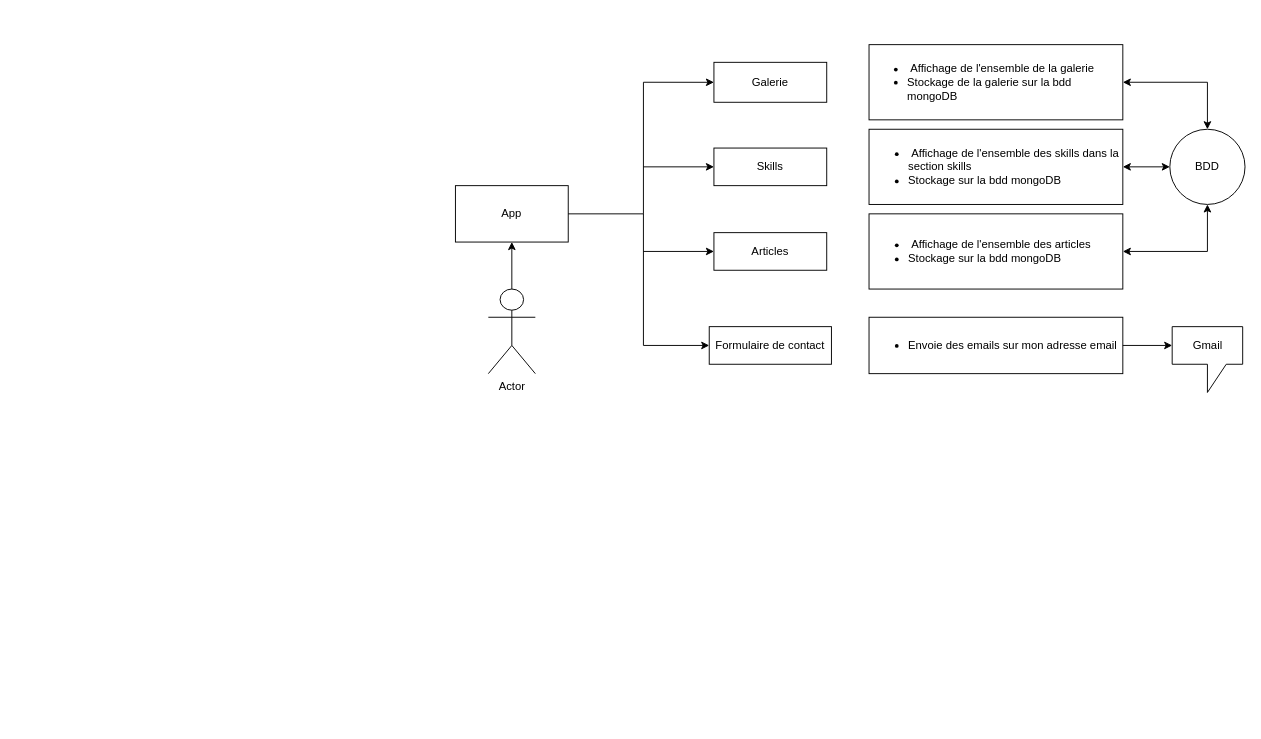
The draw.io diagram Diagramme sans nom.drawio in Khagou/khagu-devops, before the edit. Source tidied: cells renumbered, new cells numbered last; positions are measured from the earlier drawing's top-left corner, leaving out a move shared by most shapes. Both pictures are drawn from the tidied source at 94%, with x=0, y=0 at pixel (455, 44).
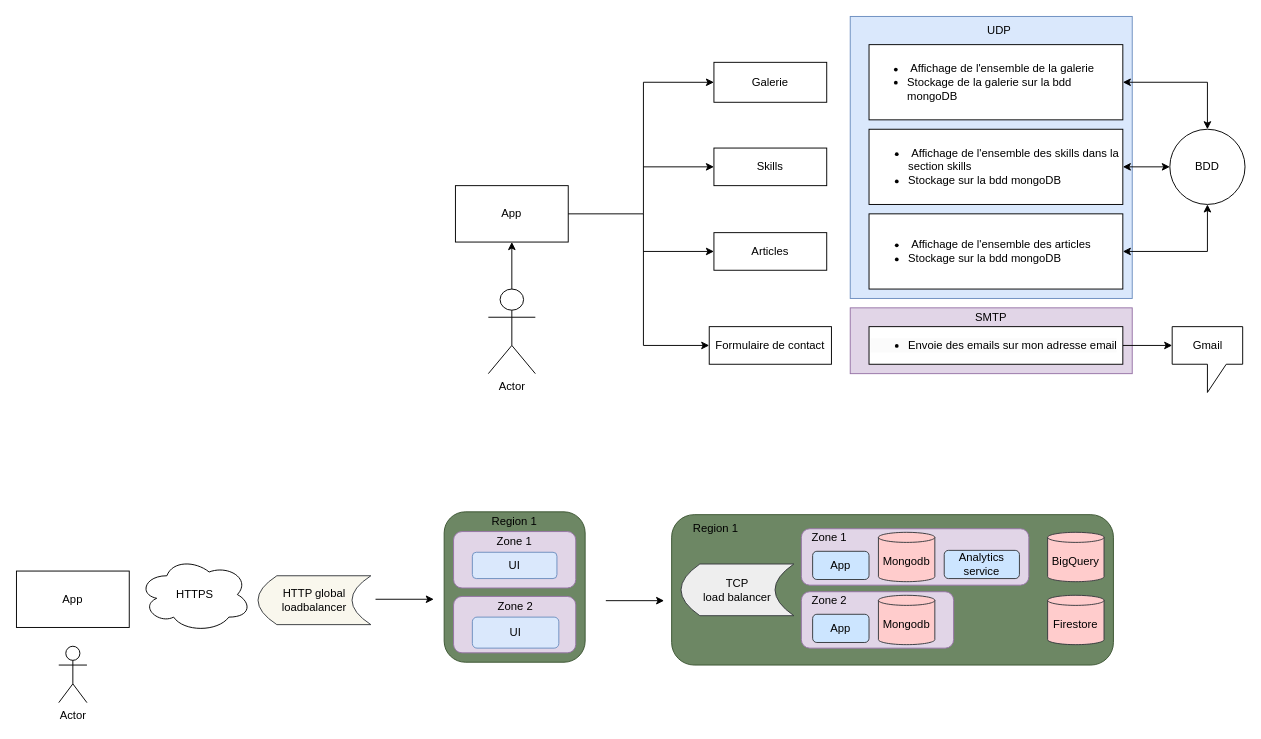
After the change.

Commit message:
Mettre à jour Diagramme sans nom.drawio

Change to the diagram source:
```diff
@@
+    <mxCell id="23" style="rounded=1;whiteSpace=wrap;html=1;fillColor=#6d8764;strokeColor=#3A5431;fontColor=#ffffff;" parent="1" vertex="1">
+      <mxGeometry x="-12" y="497" width="150" height="160" as="geometry" />
+    </mxCell>
+    <mxCell id="24" style="rounded=1;whiteSpace=wrap;html=1;fillColor=#e1d5e7;strokeColor=#9673a6;" parent="1" vertex="1">
+      <mxGeometry x="-2" y="587" width="130" height="60" as="geometry" />
+    </mxCell>
+    <mxCell id="25" style="rounded=1;whiteSpace=wrap;html=1;fillColor=#e1d5e7;strokeColor=#9673a6;" parent="1" vertex="1">
+      <mxGeometry x="-2" y="518" width="130" height="60" as="geometry" />
+    </mxCell>
+    <mxCell id="26" style="rounded=0;whiteSpace=wrap;html=1;fillColor=#e1d5e7;strokeColor=#9673a6;" parent="1" vertex="1">
+      <mxGeometry x="420" y="280" width="300" height="70" as="geometry" />
+    </mxCell>
+    <mxCell id="27" style="rounded=0;whiteSpace=wrap;html=1;fillColor=#dae8fc;strokeColor=#6c8ebf;" parent="1" vertex="1">
+      <mxGeometry x="420" y="-30" width="300" height="300" as="geometry" />
+    </mxCell>
@@
-    <mxCell id="6" value="&lt;ul&gt;&lt;li&gt;Envoie des emails sur mon adresse email&lt;/li&gt;&lt;/ul&gt;" style="rounded=0;whiteSpace=wrap;html=1;align=left;" parent="1" vertex="1">
-      <mxGeometry x="440" y="290" width="270" height="60" as="geometry" />
-    </mxCell>
@@
+    <mxCell id="28" value="UDP" style="text;strokeColor=none;fillColor=none;align=left;verticalAlign=middle;spacingLeft=4;spacingRight=4;overflow=hidden;whiteSpace=wrap;html=1;" parent="1" vertex="1">
+      <mxGeometry x="560" y="-30" width="80" height="30" as="geometry" />
+    </mxCell>
+    <mxCell id="6" value="&lt;br&gt;&lt;ul style=&quot;border-color: var(--border-color); color: rgb(0, 0, 0); font-family: Helvetica; font-size: 12px; font-style: normal; font-variant-ligatures: normal; font-variant-caps: normal; font-weight: 400; letter-spacing: normal; orphans: 2; text-indent: 0px; text-transform: none; widows: 2; word-spacing: 0px; -webkit-text-stroke-width: 0px; background-color: rgb(251, 251, 251); text-decoration-thickness: initial; text-decoration-style: initial; text-decoration-color: initial;&quot;&gt;&lt;li style=&quot;border-color: var(--border-color);&quot;&gt;Envoie des emails sur mon adresse email&lt;/li&gt;&lt;/ul&gt;&lt;br&gt;" style="rounded=0;whiteSpace=wrap;html=1;align=left;" parent="1" vertex="1">
+      <mxGeometry x="440" y="300" width="270" height="40" as="geometry" />
+    </mxCell>
+    <mxCell id="29" value="SMTP" style="text;html=1;strokeColor=none;fillColor=none;align=center;verticalAlign=middle;whiteSpace=wrap;rounded=0;" parent="1" vertex="1">
+      <mxGeometry x="540" y="276" width="60" height="30" as="geometry" />
+    </mxCell>
+    <mxCell id="30" value="Actor" style="shape=umlActor;verticalLabelPosition=bottom;verticalAlign=top;html=1;" parent="1" vertex="1">
+      <mxGeometry x="-422" y="640" width="30" height="60" as="geometry" />
+    </mxCell>
+    <mxCell id="31" value="App" style="rounded=0;whiteSpace=wrap;html=1;" parent="1" vertex="1">
+      <mxGeometry x="-467" y="560" width="120" height="60" as="geometry" />
+    </mxCell>
+    <mxCell id="32" value="HTTPS" style="ellipse;shape=cloud;whiteSpace=wrap;html=1;" parent="1" vertex="1">
+      <mxGeometry x="-337" y="545" width="120" height="80" as="geometry" />
+    </mxCell>
+    <mxCell id="33" value="UI" style="rounded=1;whiteSpace=wrap;html=1;fillColor=#dae8fc;strokeColor=#6c8ebf;" parent="1" vertex="1">
+      <mxGeometry x="18" y="540" width="90" height="28" as="geometry" />
+    </mxCell>
+    <mxCell id="34" value="UI" style="rounded=1;whiteSpace=wrap;html=1;fillColor=#dae8fc;strokeColor=#6c8ebf;" parent="1" vertex="1">
+      <mxGeometry x="18" y="609" width="92" height="33" as="geometry" />
+    </mxCell>
+    <mxCell id="35" value="Zone 1" style="text;html=1;strokeColor=none;fillColor=none;align=center;verticalAlign=middle;whiteSpace=wrap;rounded=0;" parent="1" vertex="1">
+      <mxGeometry x="33" y="514" width="60" height="30" as="geometry" />
+    </mxCell>
+    <mxCell id="36" value="Region 1" style="text;html=1;strokeColor=none;fillColor=none;align=center;verticalAlign=middle;whiteSpace=wrap;rounded=0;" parent="1" vertex="1">
+      <mxGeometry x="33" y="493" width="60" height="30" as="geometry" />
+    </mxCell>
+    <mxCell id="37" style="endArrow=classic;html=1;rounded=0;" parent="1" edge="1">
+      <mxGeometry relative="1" as="geometry">
+        <mxPoint x="-85" y="590" as="sourcePoint" />
+        <mxPoint x="-23" y="590" as="targetPoint" />
+      </mxGeometry>
+    </mxCell>
+    <mxCell id="38" style="rounded=1;whiteSpace=wrap;html=1;fillColor=#6d8764;strokeColor=#3A5431;fontColor=#ffffff;" parent="1" vertex="1">
+      <mxGeometry x="230" y="500" width="470" height="160" as="geometry" />
+    </mxCell>
+    <mxCell id="39" value="Region 1" style="text;html=1;strokeColor=none;fillColor=none;align=center;verticalAlign=middle;whiteSpace=wrap;rounded=0;" parent="1" vertex="1">
+      <mxGeometry x="247" y="500" width="60" height="30" as="geometry" />
+    </mxCell>
+    <mxCell id="40" value="HTTP global loadbalancer" style="shape=dataStorage;whiteSpace=wrap;html=1;fixedSize=1;align=center;fillColor=#f9f7ed;strokeColor=#36393d;" parent="1" vertex="1">
+      <mxGeometry x="-210" y="565" width="120" height="52" as="geometry" />
+    </mxCell>
+    <mxCell id="41" value="TCP&lt;br&gt;load balancer" style="shape=dataStorage;whiteSpace=wrap;html=1;fixedSize=1;align=center;fillColor=#eeeeee;strokeColor=#36393d;" parent="1" vertex="1">
+      <mxGeometry x="240" y="552.5" width="120" height="55" as="geometry" />
+    </mxCell>
+    <mxCell id="42" style="endArrow=classic;html=1;rounded=0;" parent="1" edge="1">
+      <mxGeometry relative="1" as="geometry">
+        <mxPoint x="160" y="591.5" as="sourcePoint" />
+        <mxPoint x="222" y="591.5" as="targetPoint" />
+      </mxGeometry>
+    </mxCell>
+    <mxCell id="43" value="Zone 2" style="text;html=1;strokeColor=none;fillColor=none;align=center;verticalAlign=middle;whiteSpace=wrap;rounded=0;" parent="1" vertex="1">
+      <mxGeometry x="34" y="583" width="60" height="30" as="geometry" />
+    </mxCell>
+    <mxCell id="44" style="rounded=1;whiteSpace=wrap;html=1;fillColor=#e1d5e7;strokeColor=#9673a6;" parent="1" vertex="1">
+      <mxGeometry x="368" y="515" width="242" height="60" as="geometry" />
+    </mxCell>
+    <mxCell id="45" value="Zone 1" style="text;html=1;strokeColor=none;fillColor=none;align=center;verticalAlign=middle;whiteSpace=wrap;rounded=0;" parent="1" vertex="1">
+      <mxGeometry x="368" y="510" width="60" height="30" as="geometry" />
+    </mxCell>
+    <mxCell id="46" value="App" style="rounded=1;whiteSpace=wrap;html=1;fillColor=#cce5ff;strokeColor=#36393d;" parent="1" vertex="1">
+      <mxGeometry x="380" y="539" width="60" height="30" as="geometry" />
+    </mxCell>
+    <mxCell id="47" value="Mongodb" style="shape=cylinder3;whiteSpace=wrap;html=1;boundedLbl=1;backgroundOutline=1;size=5.358490566037858;fillColor=#ffcccc;strokeColor=#36393d;" parent="1" vertex="1">
+      <mxGeometry x="450" y="518.8" width="60" height="52.5" as="geometry" />
+    </mxCell>
+    <mxCell id="48" value="Analytics service" style="rounded=1;whiteSpace=wrap;html=1;fillColor=#cce5ff;strokeColor=#36393d;" parent="1" vertex="1">
+      <mxGeometry x="520" y="538" width="80" height="30" as="geometry" />
+    </mxCell>
+    <mxCell id="49" value="BigQuery" style="shape=cylinder3;whiteSpace=wrap;html=1;boundedLbl=1;backgroundOutline=1;size=5.358490566037858;fillColor=#ffcccc;strokeColor=#36393d;" parent="1" vertex="1">
+      <mxGeometry x="630" y="518.8" width="60" height="52.5" as="geometry" />
+    </mxCell>
+    <mxCell id="50" style="rounded=1;whiteSpace=wrap;html=1;fillColor=#e1d5e7;strokeColor=#9673a6;" parent="1" vertex="1">
+      <mxGeometry x="368" y="582" width="162" height="60" as="geometry" />
+    </mxCell>
+    <mxCell id="51" value="Zone 2" style="text;html=1;strokeColor=none;fillColor=none;align=center;verticalAlign=middle;whiteSpace=wrap;rounded=0;" parent="1" vertex="1">
+      <mxGeometry x="368" y="577" width="60" height="30" as="geometry" />
+    </mxCell>
+    <mxCell id="52" value="App" style="rounded=1;whiteSpace=wrap;html=1;fillColor=#cce5ff;strokeColor=#36393d;" parent="1" vertex="1">
+      <mxGeometry x="380" y="606" width="60" height="30" as="geometry" />
+    </mxCell>
+    <mxCell id="53" value="Mongodb" style="shape=cylinder3;whiteSpace=wrap;html=1;boundedLbl=1;backgroundOutline=1;size=5.358490566037858;fillColor=#ffcccc;strokeColor=#36393d;" parent="1" vertex="1">
+      <mxGeometry x="450" y="585.8" width="60" height="52.5" as="geometry" />
+    </mxCell>
+    <mxCell id="54" value="Firestore" style="shape=cylinder3;whiteSpace=wrap;html=1;boundedLbl=1;backgroundOutline=1;size=5.358490566037858;fillColor=#ffcccc;strokeColor=#36393d;" parent="1" vertex="1">
+      <mxGeometry x="630" y="585.8" width="60" height="52.5" as="geometry" />
+    </mxCell>
```
